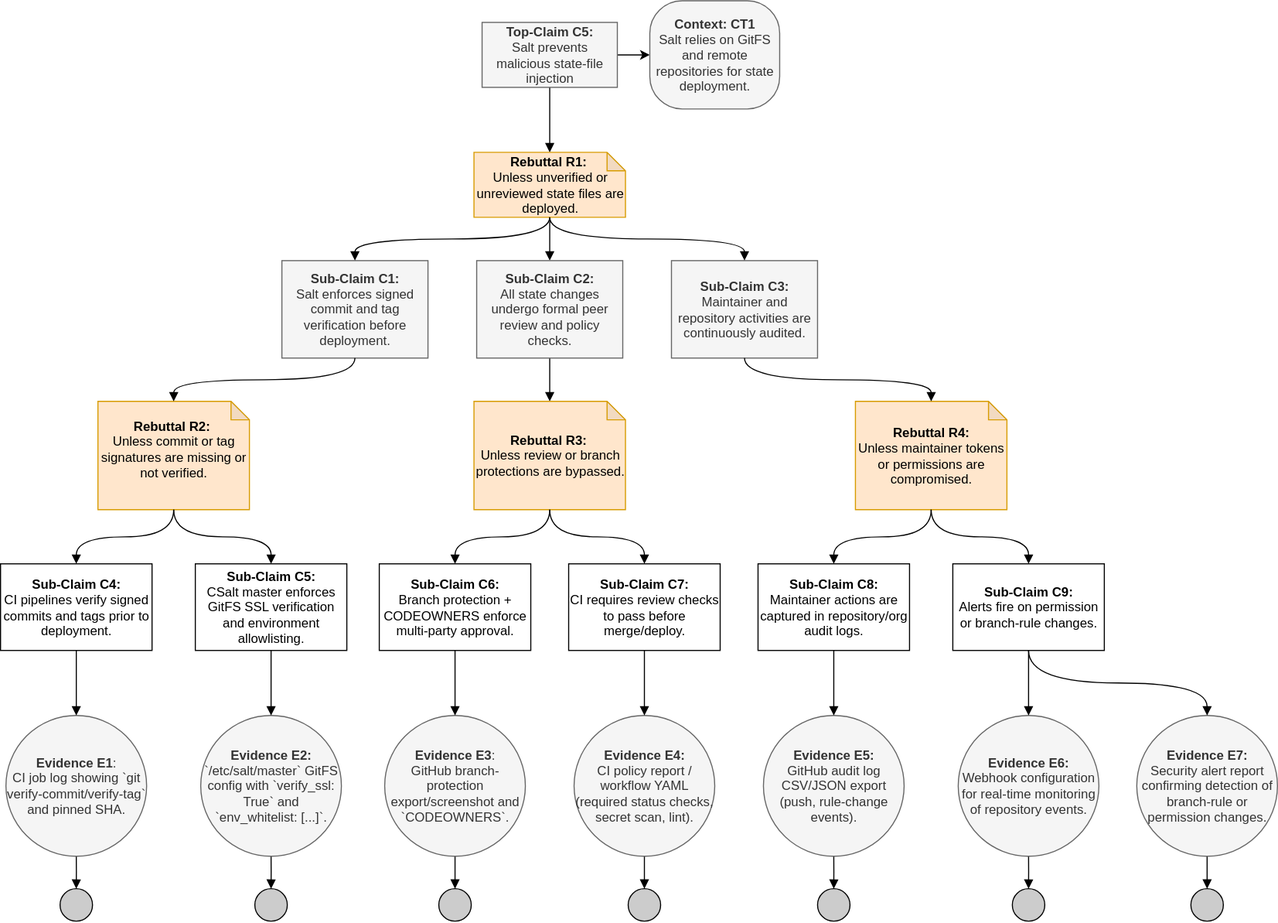
The draw.io diagram assurance_cases/Claim_John.svg in smfarjad/CYBR8420_Team3, before a commit. Source tidied: cells renumbered, new cells last; positions are measured from the earlier drawing's top-left corner, leaving out a move shared by most shapes.
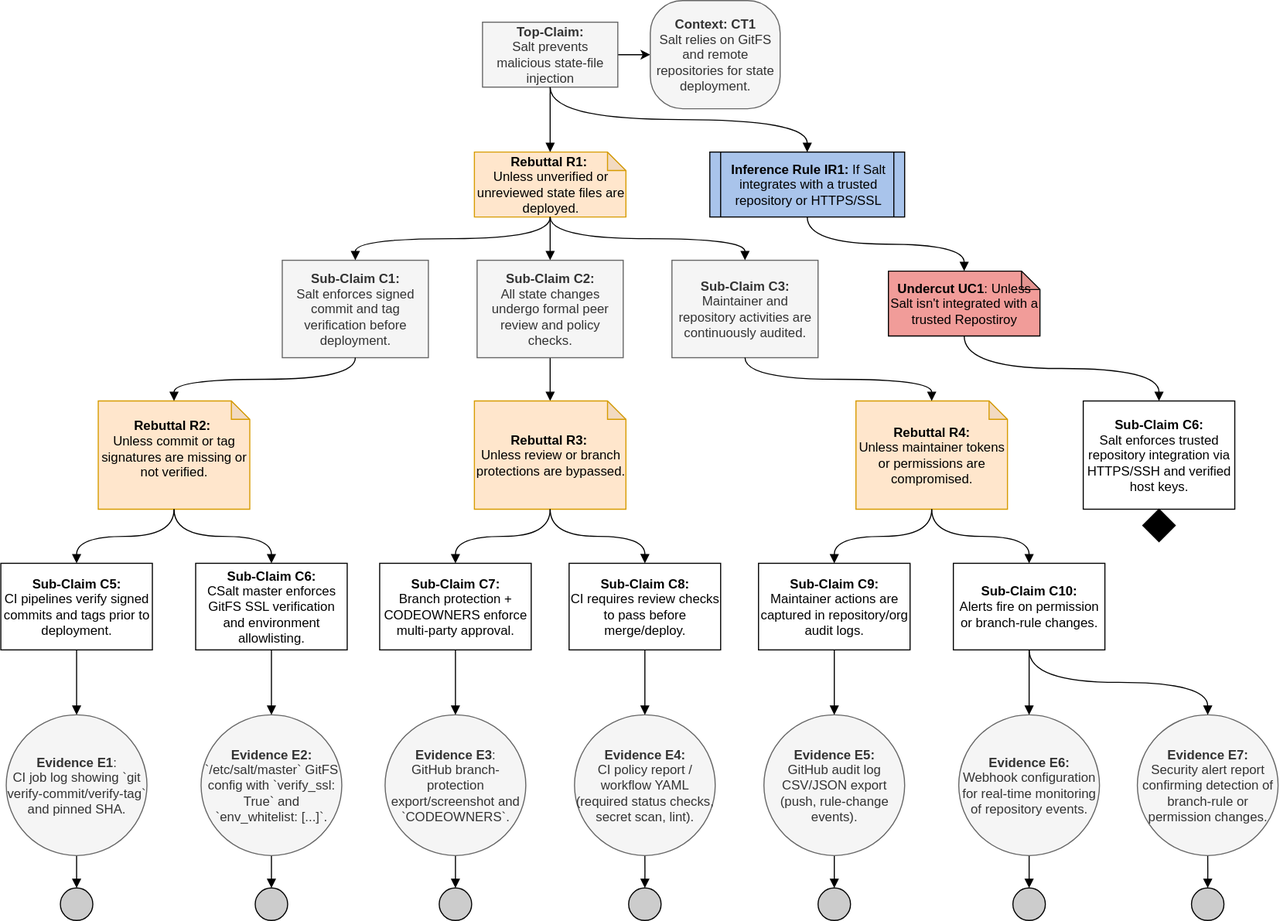
The same file after the commit.

Commit message:
Add part 1 and part 2 of assignment 3 - John

Change to the diagram source:
```diff
@@ -8,7 +8,7 @@
     <mxCell id="3" style="edgeStyle=orthogonalEdgeStyle;rounded=0;jettySize=auto;html=1;exitX=1;exitY=0.5;exitDx=0;exitDy=0;entryX=0;entryY=0.5;entryDx=0;entryDy=0;" parent="1" edge="1" source="4" target="5">
       <mxGeometry relative="1" as="geometry" />
     </mxCell>
-    <mxCell id="4" value="&lt;b&gt;Top-Claim C5:&lt;br&gt;&lt;/b&gt;Salt &lt;span style=&quot;&quot;&gt;prevents malicious state-file injection&lt;/span&gt;" style="rounded=0;whiteSpace=wrap;html=1;fillColor=#f5f5f5;fontColor=#333333;strokeColor=#666666;" parent="1" vertex="1">
+    <mxCell id="4" value="&lt;b&gt;Top-Claim:&lt;br&gt;&lt;/b&gt;Salt &lt;span style=&quot;&quot;&gt;prevents malicious state-file injection&lt;/span&gt;" style="rounded=0;whiteSpace=wrap;html=1;fillColor=#f5f5f5;fontColor=#333333;strokeColor=#666666;" parent="1" vertex="1">
       <mxGeometry x="445" y="20" width="125" height="60" as="geometry" />
     </mxCell>
     <mxCell id="5" value="&lt;b&gt;Context: CT1&lt;/b&gt;&lt;br&gt;Salt relies on GitFS and remote repositories for state deployment." style="rounded=1;whiteSpace=wrap;html=1;arcSize=30;fillColor=#f5f5f5;fontColor=#333333;strokeColor=#666666;" parent="1" vertex="1">
@@ -29,7 +29,7 @@
     <mxCell id="10" value="&lt;b&gt;Rebuttal R3:&lt;/b&gt;&amp;nbsp;&lt;br&gt;Unless review or branch protections are bypassed." style="shape=note;whiteSpace=wrap;html=1;backgroundOutline=1;darkOpacity=0.05;size=17;fillColor=#ffe6cc;strokeColor=#d79b00;" parent="1" vertex="1">
       <mxGeometry x="437.5" y="370" width="140" height="100" as="geometry" />
     </mxCell>
-    <mxCell id="11" value="&lt;b&gt;Sub-Claim C4:&lt;br&gt;&lt;/b&gt;CI pipelines verify signed commits and tags prior to deployment." style="rounded=0;whiteSpace=wrap;html=1;" parent="1" vertex="1">
+    <mxCell id="11" value="&lt;b&gt;Sub-Claim C5:&lt;br&gt;&lt;/b&gt;CI pipelines verify signed commits and tags prior to deployment." style="rounded=0;whiteSpace=wrap;html=1;" parent="1" vertex="1">
       <mxGeometry y="520" width="140" height="80" as="geometry" />
     </mxCell>
     <mxCell id="12" style="edgeStyle=orthogonalEdgeStyle;curved=1;rounded=0;jettySize=auto;html=1;entryX=0.5;entryY=0;entryDx=0;entryDy=0;endArrow=block;endFill=1;" parent="1" edge="1" source="13" target="16">
@@ -83,10 +83,10 @@
     <mxCell id="28" style="edgeStyle=orthogonalEdgeStyle;curved=1;rounded=0;jettySize=auto;html=1;exitX=0.5;exitY=1;exitDx=0;exitDy=0;entryX=0.5;entryY=0;entryDx=0;entryDy=0;entryPerimeter=0;endArrow=block;endFill=1;" parent="1" edge="1" source="22" target="25">
       <mxGeometry relative="1" as="geometry" />
     </mxCell>
-    <mxCell id="29" value="&lt;b&gt;Sub-Claim C6:&lt;br&gt;&lt;/b&gt;Branch protection + CODEOWNERS enforce multi-party approval." style="rounded=0;whiteSpace=wrap;html=1;" parent="1" vertex="1">
+    <mxCell id="29" value="&lt;b&gt;Sub-Claim C7:&lt;br&gt;&lt;/b&gt;Branch protection + CODEOWNERS enforce multi-party approval." style="rounded=0;whiteSpace=wrap;html=1;" parent="1" vertex="1">
       <mxGeometry x="350" y="520" width="140" height="80" as="geometry" />
     </mxCell>
-    <mxCell id="30" value="&lt;b&gt;Sub-Claim C8:&lt;br&gt;&lt;/b&gt;Maintainer actions are captured in repository/org audit logs." style="rounded=0;whiteSpace=wrap;html=1;" parent="1" vertex="1">
+    <mxCell id="30" value="&lt;b&gt;Sub-Claim C9:&lt;br&gt;&lt;/b&gt;Maintainer actions are captured in repository/org audit logs." style="rounded=0;whiteSpace=wrap;html=1;" parent="1" vertex="1">
       <mxGeometry x="700" y="520" width="140" height="80" as="geometry" />
     </mxCell>
     <mxCell id="31" style="edgeStyle=orthogonalEdgeStyle;curved=1;rounded=0;jettySize=auto;html=1;entryX=0.5;entryY=0;entryDx=0;entryDy=0;endArrow=block;endFill=1;exitX=0.5;exitY=1;exitDx=0;exitDy=0;" parent="1" edge="1" source="32" target="35">
@@ -143,13 +143,13 @@
     <mxCell id="48" style="edgeStyle=orthogonalEdgeStyle;curved=1;rounded=0;jettySize=auto;html=1;endArrow=block;endFill=1;exitX=0.5;exitY=1;exitDx=0;exitDy=0;exitPerimeter=0;entryX=0.5;entryY=0;entryDx=0;entryDy=0;" parent="1" edge="1" source="25" target="30">
       <mxGeometry relative="1" as="geometry" />
     </mxCell>
-    <mxCell id="49" value="&lt;b&gt;Sub-Claim C5:&lt;br&gt;&lt;/b&gt;CSalt master enforces GitFS SSL verification and environment allowlisting." style="rounded=0;whiteSpace=wrap;html=1;" parent="1" vertex="1">
+    <mxCell id="49" value="&lt;b&gt;Sub-Claim C6:&lt;br&gt;&lt;/b&gt;CSalt master enforces GitFS SSL verification and environment allowlisting." style="rounded=0;whiteSpace=wrap;html=1;" parent="1" vertex="1">
       <mxGeometry x="180" y="520" width="140" height="80" as="geometry" />
     </mxCell>
-    <mxCell id="50" value="&lt;b&gt;Sub-Claim C7:&lt;br&gt;&lt;/b&gt;CI requires review checks to pass before merge/deploy." style="rounded=0;whiteSpace=wrap;html=1;" parent="1" vertex="1">
+    <mxCell id="50" value="&lt;b&gt;Sub-Claim C8:&lt;br&gt;&lt;/b&gt;CI requires review checks to pass before merge/deploy." style="rounded=0;whiteSpace=wrap;html=1;" parent="1" vertex="1">
       <mxGeometry x="525" y="520" width="140" height="80" as="geometry" />
     </mxCell>
-    <mxCell id="51" value="&lt;b&gt;Sub-Claim C9:&lt;br&gt;&lt;/b&gt;Alerts fire on permission or branch-rule changes." style="rounded=0;whiteSpace=wrap;html=1;" parent="1" vertex="1">
+    <mxCell id="51" value="&lt;b&gt;Sub-Claim C10:&lt;br&gt;&lt;/b&gt;Alerts fire on permission or branch-rule changes." style="rounded=0;whiteSpace=wrap;html=1;" parent="1" vertex="1">
       <mxGeometry x="880" y="520" width="140" height="80" as="geometry" />
     </mxCell>
     <mxCell id="52" style="edgeStyle=orthogonalEdgeStyle;curved=1;rounded=0;jettySize=auto;html=1;endArrow=block;endFill=1;entryX=0.5;entryY=0;entryDx=0;entryDy=0;exitX=0.5;exitY=1;exitDx=0;exitDy=0;exitPerimeter=0;" parent="1" edge="1" source="26" target="49">
@@ -173,5 +173,26 @@
     <mxCell id="58" style="edgeStyle=orthogonalEdgeStyle;curved=1;rounded=0;jettySize=auto;html=1;endArrow=block;endFill=1;entryX=0.5;entryY=0;entryDx=0;entryDy=0;exitX=0.5;exitY=1;exitDx=0;exitDy=0;" parent="1" edge="1" source="51" target="56">
       <mxGeometry relative="1" as="geometry" />
     </mxCell>
+    <mxCell id="59" value="&lt;b&gt;Inference Rule IR1:&lt;/b&gt; If Salt integrates with a trusted repository or HTTPS/SSL" style="shape=process;whiteSpace=wrap;html=1;backgroundOutline=1;fillColor=#A9C4EB;size=0.05555555555555555;" parent="1" vertex="1">
+      <mxGeometry x="655" y="140" width="180" height="60" as="geometry" />
+    </mxCell>
+    <mxCell id="60" value="&lt;b&gt;Undercut UC1&lt;/b&gt;: Unless Salt isn't integrated with a trusted Repostiroy" style="shape=note;whiteSpace=wrap;html=1;backgroundOutline=1;darkOpacity=0.05;size=17;fillColor=#F19C99;" parent="1" vertex="1">
+      <mxGeometry x="820" y="250" width="140" height="60" as="geometry" />
+    </mxCell>
+    <mxCell id="61" style="edgeStyle=orthogonalEdgeStyle;curved=1;rounded=0;jettySize=auto;html=1;endArrow=block;endFill=1;exitX=0.5;exitY=1;exitDx=0;exitDy=0;entryX=0.5;entryY=0;entryDx=0;entryDy=0;" parent="1" edge="1" source="4" target="59">
+      <mxGeometry relative="1" as="geometry" />
+    </mxCell>
+    <mxCell id="62" style="edgeStyle=orthogonalEdgeStyle;curved=1;rounded=0;jettySize=auto;html=1;endArrow=block;endFill=1;exitX=0.5;exitY=1;exitDx=0;exitDy=0;entryX=0.5;entryY=0;entryDx=0;entryDy=0;entryPerimeter=0;" parent="1" edge="1" source="59" target="60">
+      <mxGeometry relative="1" as="geometry" />
+    </mxCell>
+    <mxCell id="63" value="&lt;b&gt;Sub-Claim C6:&lt;br&gt;&lt;/b&gt;Salt enforces trusted repository integration via HTTPS/SSH and verified host keys." style="rounded=0;whiteSpace=wrap;html=1;" parent="1" vertex="1">
+      <mxGeometry x="1000" y="370" width="140" height="100" as="geometry" />
+    </mxCell>
+    <mxCell id="64" style="rhombus;whiteSpace=wrap;html=1;fillColor=#000000;" parent="1" vertex="1">
+      <mxGeometry x="1055" y="470" width="30" height="30" as="geometry" />
+    </mxCell>
+    <mxCell id="65" style="edgeStyle=orthogonalEdgeStyle;curved=1;rounded=0;jettySize=auto;html=1;endArrow=block;endFill=1;exitX=0.5;exitY=1;exitDx=0;exitDy=0;entryX=0.5;entryY=0;entryDx=0;entryDy=0;exitPerimeter=0;" parent="1" edge="1" source="60" target="63">
+      <mxGeometry relative="1" as="geometry" />
+    </mxCell>
   </root>
 </mxGraphModel>
```
